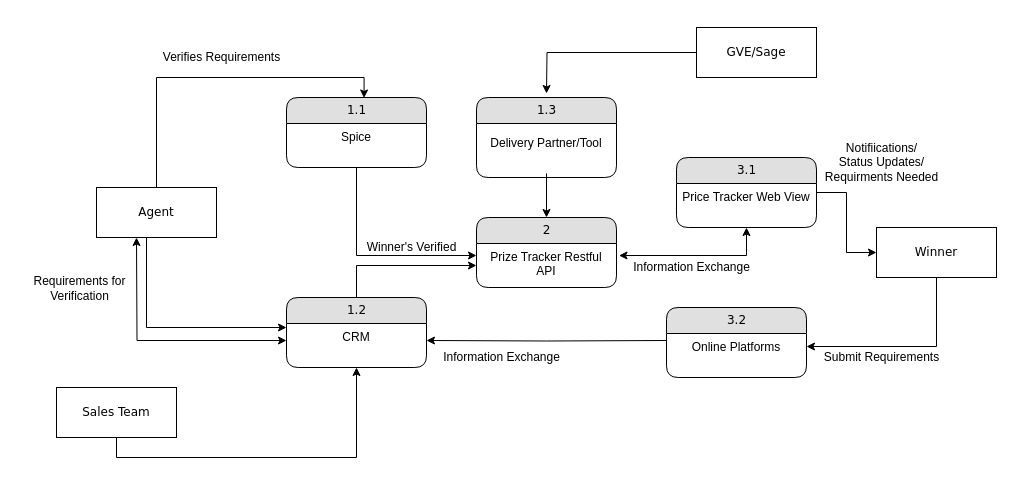
gittycoder02/PrizeTracker keeps this draw.io diagram as Flowcharts/Untitled Diagram.drawio. Above is the earlier version. Source tidied: cells renumbered, new cells numbered last; positions are measured from the earlier drawing's top-left corner, leaving out a move shared by most shapes. Both pictures are drawn from the tidied source at 100%, with x=0, y=0 at pixel (24, 27).
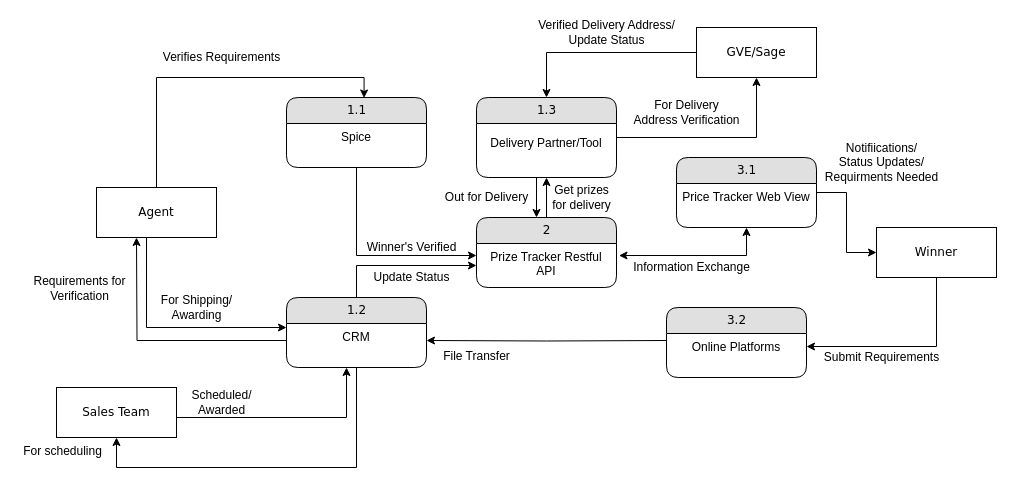
The same page after the edit.

The change refers to these unchanged cells:
```xml
<mxCell id="9" value="GVE/Sage" style="whiteSpace=wrap;html=1;rounded=0;shadow=0;comic=0;labelBackgroundColor=none;strokeWidth=1;fontFamily=Verdana;fontSize=12;align=center;" parent="1" vertex="1">
  <mxGeometry x="672" width="120" height="50" as="geometry" />
</mxCell>
<mxCell id="11" value="Sales Team" style="whiteSpace=wrap;html=1;rounded=0;shadow=0;comic=0;labelBackgroundColor=none;strokeWidth=1;fontFamily=Verdana;fontSize=12;align=center;" parent="1" vertex="1">
  <mxGeometry x="32" y="360" width="120" height="50" as="geometry" />
</mxCell>
<mxCell id="16" value="1.2" style="swimlane;html=1;fontStyle=0;horizontal=1;startSize=26;fillColor=#e0e0e0;swimlaneFillColor=#ffffff;align=center;rounded=1;shadow=0;comic=0;labelBackgroundColor=none;strokeWidth=1;fontFamily=Verdana;fontSize=12;" parent="1" vertex="1">
  <mxGeometry x="262" y="270" width="140" height="70" as="geometry" />
</mxCell>
<mxCell id="17" value="CRM" style="text;html=1;strokeColor=none;fillColor=none;spacingLeft=4;spacingRight=4;whiteSpace=wrap;overflow=hidden;points=[[0,0.5],[1,0.5]];portConstraint=eastwest;align=center;" parent="16" vertex="1">
  <mxGeometry y="26" width="140" height="34" as="geometry" />
</mxCell>
<mxCell id="24" value="2" style="swimlane;html=1;fontStyle=0;horizontal=1;startSize=26;fillColor=#e0e0e0;swimlaneFillColor=#ffffff;align=center;rounded=1;shadow=0;comic=0;labelBackgroundColor=none;strokeWidth=1;fontFamily=Verdana;fontSize=12;" parent="1" vertex="1">
  <mxGeometry x="452" y="190" width="140" height="70" as="geometry" />
</mxCell>
<mxCell id="26" value="1.3" style="swimlane;html=1;fontStyle=0;horizontal=1;startSize=26;fillColor=#e0e0e0;swimlaneFillColor=#ffffff;align=center;rounded=1;shadow=0;comic=0;labelBackgroundColor=none;strokeWidth=1;fontFamily=Verdana;fontSize=12;" parent="1" vertex="1">
  <mxGeometry x="452" y="70" width="140" height="80" as="geometry" />
</mxCell>
<mxCell id="28" value="Delivery Partner/Tool" style="text;html=1;strokeColor=none;fillColor=none;spacingLeft=4;spacingRight=4;whiteSpace=wrap;overflow=hidden;points=[[0,0.5],[1,0.5]];portConstraint=eastwest;align=center;" parent="1" vertex="1">
  <mxGeometry x="452" y="102" width="140" height="44" as="geometry" />
</mxCell>
```

The edit, as a diff of the source:
```diff
@@
-    <mxCell id="8" style="edgeStyle=orthogonalEdgeStyle;rounded=0;jettySize=auto;html=1;" parent="1" edge="1" source="9">
+    <mxCell id="8" style="edgeStyle=orthogonalEdgeStyle;rounded=0;jettySize=auto;html=1;entryX=0.5;entryY=0;entryDx=0;entryDy=0;" parent="1" edge="1" source="9" target="26">
       <mxGeometry relative="1" as="geometry">
-        <mxPoint x="522" y="66" as="targetPoint" />
+        <Array as="points">
+          <mxPoint x="522" y="25" />
+        </Array>
       </mxGeometry>
     </mxCell>
@@
-    <mxCell id="10" style="edgeStyle=orthogonalEdgeStyle;rounded=0;jettySize=auto;html=1;entryX=0.5;entryY=1;entryDx=0;entryDy=0;exitX=0.5;exitY=1;exitDx=0;exitDy=0;" parent="1" edge="1" source="11" target="16">
-      <mxGeometry relative="1" as="geometry" />
+    <mxCell id="10" style="edgeStyle=orthogonalEdgeStyle;rounded=0;jettySize=auto;html=1;exitX=1;exitY=0.5;exitDx=0;exitDy=0;" parent="1" edge="1" source="11">
+      <mxGeometry relative="1" as="geometry">
+        <mxPoint x="322" y="340" as="targetPoint" />
+        <Array as="points">
+          <mxPoint x="152" y="390" />
+          <mxPoint x="322" y="390" />
+        </Array>
+      </mxGeometry>
     </mxCell>
@@
+    <mxCell id="37" style="edgeStyle=orthogonalEdgeStyle;rounded=0;jettySize=auto;html=1;entryX=0.5;entryY=1;entryDx=0;entryDy=0;startArrow=none;startFill=0;" parent="1" edge="1" source="16" target="11">
+      <mxGeometry relative="1" as="geometry">
+        <Array as="points">
+          <mxPoint x="332" y="440" />
+          <mxPoint x="92" y="440" />
+        </Array>
+      </mxGeometry>
+    </mxCell>
@@
+    <mxCell id="38" style="edgeStyle=orthogonalEdgeStyle;rounded=0;jettySize=auto;html=1;exitX=0.5;exitY=0;exitDx=0;exitDy=0;entryX=0.5;entryY=1;entryDx=0;entryDy=0;startArrow=none;startFill=0;" parent="1" edge="1" source="24" target="26">
+      <mxGeometry relative="1" as="geometry" />
+    </mxCell>
@@
+    <mxCell id="39" style="edgeStyle=orthogonalEdgeStyle;rounded=0;jettySize=auto;html=1;entryX=0.5;entryY=1;entryDx=0;entryDy=0;startArrow=none;startFill=0;" parent="1" edge="1" source="26" target="9">
+      <mxGeometry relative="1" as="geometry" />
+    </mxCell>
@@
-    <mxCell id="27" style="edgeStyle=orthogonalEdgeStyle;rounded=0;jettySize=auto;html=1;entryX=0.5;entryY=0;entryDx=0;entryDy=0;" parent="1" edge="1" source="28" target="24">
+    <mxCell id="27" style="edgeStyle=orthogonalEdgeStyle;rounded=0;orthogonalLoop=1;jettySize=auto;html=1;" parent="1" edge="1">
       <mxGeometry relative="1" as="geometry">
+        <mxPoint x="522" y="150" as="sourcePoint" />
+        <mxPoint x="512" y="190" as="targetPoint" />
         <Array as="points">
-          <mxPoint x="522" y="150" />
-          <mxPoint x="522" y="150" />
+          <mxPoint x="512" y="150" />
+          <mxPoint x="512" y="190" />
         </Array>
       </mxGeometry>
     </mxCell>
@@
-    <mxCell id="35" style="edgeStyle=orthogonalEdgeStyle;rounded=0;jettySize=auto;html=1;startArrow=classic;startFill=1;" parent="1" edge="1" source="17">
+    <mxCell id="35" style="edgeStyle=orthogonalEdgeStyle;rounded=0;jettySize=auto;html=1;startArrow=none;startFill=0;" parent="1" edge="1" source="17">
       <mxGeometry relative="1" as="geometry">
         <mxPoint x="112" y="210" as="targetPoint" />
       </mxGeometry>
     </mxCell>
-    <mxCell id="36" value="Information Exchange" style="text;html=1;align=center;verticalAlign=middle;fillColor=none;strokeColor=none;rounded=0;" parent="1" vertex="1">
-      <mxGeometry x="412" y="320" width="130" height="20" as="geometry" />
+    <mxCell id="36" value="File Transfer" style="text;html=1;align=center;verticalAlign=middle;fillColor=none;strokeColor=none;rounded=0;" parent="1" vertex="1">
+      <mxGeometry x="412" y="319" width="80" height="20" as="geometry" />
     </mxCell>
+    <mxCell id="40" value="For Shipping/ &lt;br&gt;Awarding" style="text;html=1;align=center;verticalAlign=middle;fillColor=none;strokeColor=none;rounded=0;" parent="1" vertex="1">
+      <mxGeometry x="127" y="265" width="90" height="30" as="geometry" />
+    </mxCell>
+    <mxCell id="41" value="Update Status" style="text;html=1;align=center;verticalAlign=middle;fillColor=none;strokeColor=none;rounded=0;" parent="1" vertex="1">
+      <mxGeometry x="342" y="240" width="90" height="20" as="geometry" />
+    </mxCell>
+    <mxCell id="42" value="For Delivery &lt;br&gt;Address Verification" style="text;html=1;align=center;verticalAlign=middle;fillColor=none;strokeColor=none;rounded=0;" parent="1" vertex="1">
+      <mxGeometry x="602" y="70" width="120" height="30" as="geometry" />
+    </mxCell>
+    <mxCell id="43" value="Get prizes &lt;br&gt;for delivery" style="text;html=1;align=center;verticalAlign=middle;fillColor=none;strokeColor=none;rounded=0;" parent="1" vertex="1">
+      <mxGeometry x="522" y="155" width="70" height="30" as="geometry" />
+    </mxCell>
+    <mxCell id="44" value="Out for Delivery" style="text;html=1;align=center;verticalAlign=middle;fillColor=none;strokeColor=none;rounded=0;" parent="1" vertex="1">
+      <mxGeometry x="412" y="160" width="100" height="20" as="geometry" />
+    </mxCell>
+    <mxCell id="45" value="Verified Delivery Address/&lt;br&gt;Update Status" style="text;html=1;align=center;verticalAlign=middle;fillColor=none;strokeColor=none;rounded=0;" parent="1" vertex="1">
+      <mxGeometry x="507" y="-10" width="150" height="30" as="geometry" />
+    </mxCell>
+    <mxCell id="46" value="For scheduling" style="text;html=1;align=center;verticalAlign=middle;fillColor=none;strokeColor=none;rounded=0;" parent="1" vertex="1">
+      <mxGeometry x="-7" y="414" width="90" height="20" as="geometry" />
+    </mxCell>
+    <mxCell id="47" value="Scheduled/&lt;br&gt;Awarded" style="text;html=1;align=center;verticalAlign=middle;fillColor=none;strokeColor=none;rounded=0;" parent="1" vertex="1">
+      <mxGeometry x="157" y="360" width="80" height="30" as="geometry" />
+    </mxCell>
```
